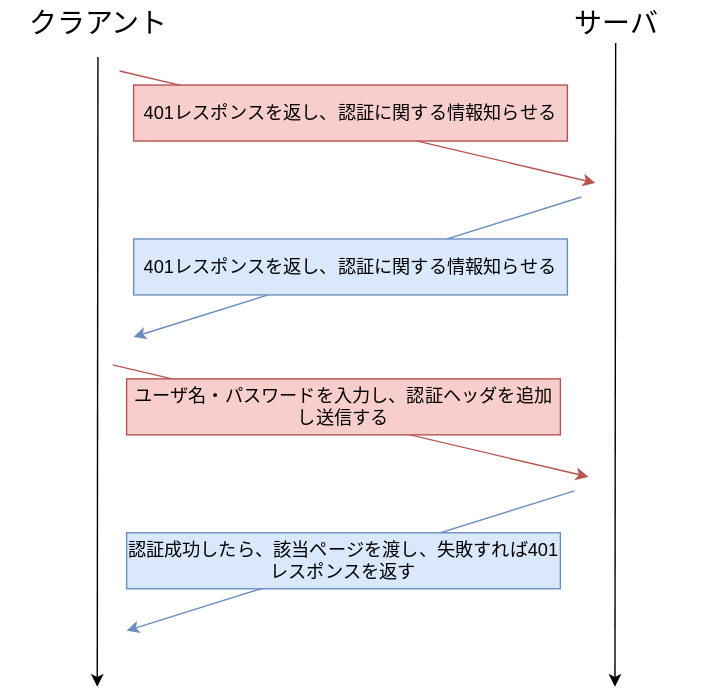
Before: static/img/svg/Other/certification/certification-1.drawio.svg, a diagram exported from draw.io (koseki2580/study-docs). Source tidied: cells renumbered, new cells last; positions are measured from the earlier drawing's top-left corner, leaving out a move shared by most shapes. The source it was exported from:
```xml
<mxGraphModel>
  <root>
    <mxCell id="0" />
    <mxCell id="1" parent="0" />
    <mxCell id="2" value="クラアント" style="text;html=1;strokeColor=none;fillColor=none;align=center;verticalAlign=middle;whiteSpace=wrap;rounded=0;fontSize=20;" parent="1" vertex="1">
      <mxGeometry width="140" height="30" as="geometry" />
    </mxCell>
    <mxCell id="3" value="サーバ" style="text;html=1;strokeColor=none;fillColor=none;align=center;verticalAlign=middle;whiteSpace=wrap;rounded=0;fontSize=20;" parent="1" vertex="1">
      <mxGeometry x="370" width="140" height="30" as="geometry" />
    </mxCell>
    <mxCell id="4" style="endArrow=none;html=1;fontSize=20;startArrow=classic;startFill=1;" parent="1" edge="1">
      <mxGeometry relative="1" as="geometry">
        <mxPoint x="69" y="490" as="sourcePoint" />
        <mxPoint x="69.5" y="40" as="targetPoint" />
      </mxGeometry>
    </mxCell>
    <mxCell id="5" style="endArrow=none;html=1;fontSize=20;startArrow=classic;startFill=1;" parent="1" edge="1">
      <mxGeometry relative="1" as="geometry">
        <mxPoint x="439" y="490" as="sourcePoint" />
        <mxPoint x="439.5" y="30" as="targetPoint" />
      </mxGeometry>
    </mxCell>
    <mxCell id="6" style="endArrow=classic;html=1;fontSize=20;fillColor=#f8cecc;strokeColor=#b85450;" parent="1" edge="1">
      <mxGeometry relative="1" as="geometry">
        <mxPoint x="85" y="50" as="sourcePoint" />
        <mxPoint x="425" y="130" as="targetPoint" />
      </mxGeometry>
    </mxCell>
    <mxCell id="7" style="endArrow=classic;html=1;fontSize=20;fillColor=#dae8fc;strokeColor=#6c8ebf;" parent="1" edge="1">
      <mxGeometry relative="1" as="geometry">
        <mxPoint x="415" y="140" as="sourcePoint" />
        <mxPoint x="95" y="240" as="targetPoint" />
      </mxGeometry>
    </mxCell>
    <mxCell id="8" value="401レスポンスを返し、認証に関する情報知らせる" style="text;html=1;strokeColor=#6c8ebf;fillColor=#dae8fc;align=center;verticalAlign=middle;whiteSpace=wrap;rounded=0;fontSize=13;" parent="1" vertex="1">
      <mxGeometry x="95" y="170" width="310" height="40" as="geometry" />
    </mxCell>
    <mxCell id="9" value="401レスポンスを返し、認証に関する情報知らせる" style="text;html=1;strokeColor=#b85450;fillColor=#f8cecc;align=center;verticalAlign=middle;whiteSpace=wrap;rounded=0;fontSize=13;" parent="1" vertex="1">
      <mxGeometry x="95" y="60" width="310" height="40" as="geometry" />
    </mxCell>
    <mxCell id="10" style="endArrow=classic;html=1;fontSize=20;fillColor=#f8cecc;strokeColor=#b85450;" parent="1" edge="1">
      <mxGeometry relative="1" as="geometry">
        <mxPoint x="80" y="260" as="sourcePoint" />
        <mxPoint x="420" y="340" as="targetPoint" />
      </mxGeometry>
    </mxCell>
    <mxCell id="11" style="endArrow=classic;html=1;fontSize=20;fillColor=#dae8fc;strokeColor=#6c8ebf;" parent="1" edge="1">
      <mxGeometry relative="1" as="geometry">
        <mxPoint x="410" y="350" as="sourcePoint" />
        <mxPoint x="90" y="450" as="targetPoint" />
      </mxGeometry>
    </mxCell>
    <mxCell id="12" value="認証成功したら、該当ページを渡し、失敗すれば401レスポンスを返す" style="text;html=1;strokeColor=#6c8ebf;fillColor=#dae8fc;align=center;verticalAlign=middle;whiteSpace=wrap;rounded=0;fontSize=13;" parent="1" vertex="1">
      <mxGeometry x="90" y="380" width="310" height="40" as="geometry" />
    </mxCell>
    <mxCell id="13" value="ユーザ名・パスワードを入力し、認証ヘッダを追加し送信する" style="text;html=1;strokeColor=#b85450;fillColor=#f8cecc;align=center;verticalAlign=middle;whiteSpace=wrap;rounded=0;fontSize=13;" parent="1" vertex="1">
      <mxGeometry x="90" y="270" width="310" height="40" as="geometry" />
    </mxCell>
  </root>
</mxGraphModel>
```
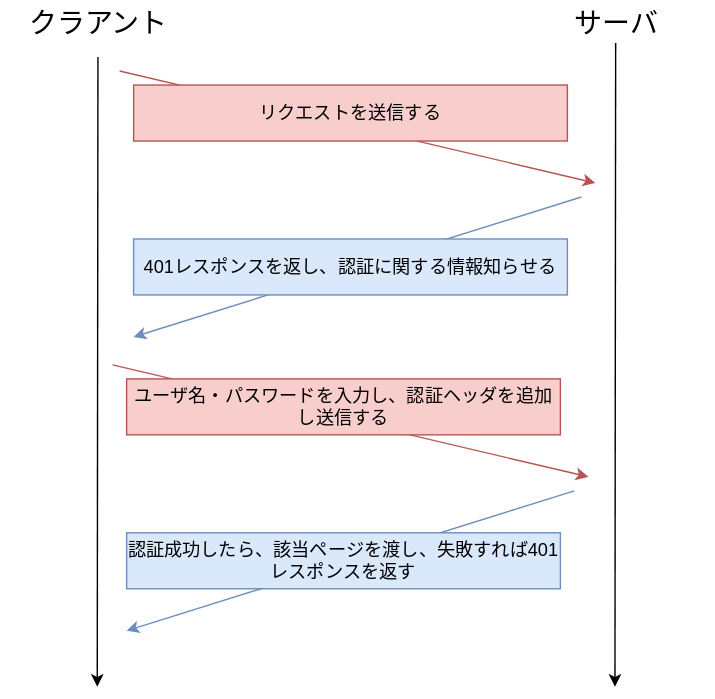
Later version of the same file.

What changed in the source:
```diff
@@ -35,7 +35,7 @@
     <mxCell id="8" value="401レスポンスを返し、認証に関する情報知らせる" style="text;html=1;strokeColor=#6c8ebf;fillColor=#dae8fc;align=center;verticalAlign=middle;whiteSpace=wrap;rounded=0;fontSize=13;" parent="1" vertex="1">
       <mxGeometry x="95" y="170" width="310" height="40" as="geometry" />
     </mxCell>
-    <mxCell id="9" value="401レスポンスを返し、認証に関する情報知らせる" style="text;html=1;strokeColor=#b85450;fillColor=#f8cecc;align=center;verticalAlign=middle;whiteSpace=wrap;rounded=0;fontSize=13;" parent="1" vertex="1">
+    <mxCell id="9" value="リクエストを送信する" style="text;html=1;strokeColor=#b85450;fillColor=#f8cecc;align=center;verticalAlign=middle;whiteSpace=wrap;rounded=0;fontSize=13;" parent="1" vertex="1">
       <mxGeometry x="95" y="60" width="310" height="40" as="geometry" />
     </mxCell>
     <mxCell id="10" style="endArrow=classic;html=1;fontSize=20;fillColor=#f8cecc;strokeColor=#b85450;" parent="1" edge="1">
```
